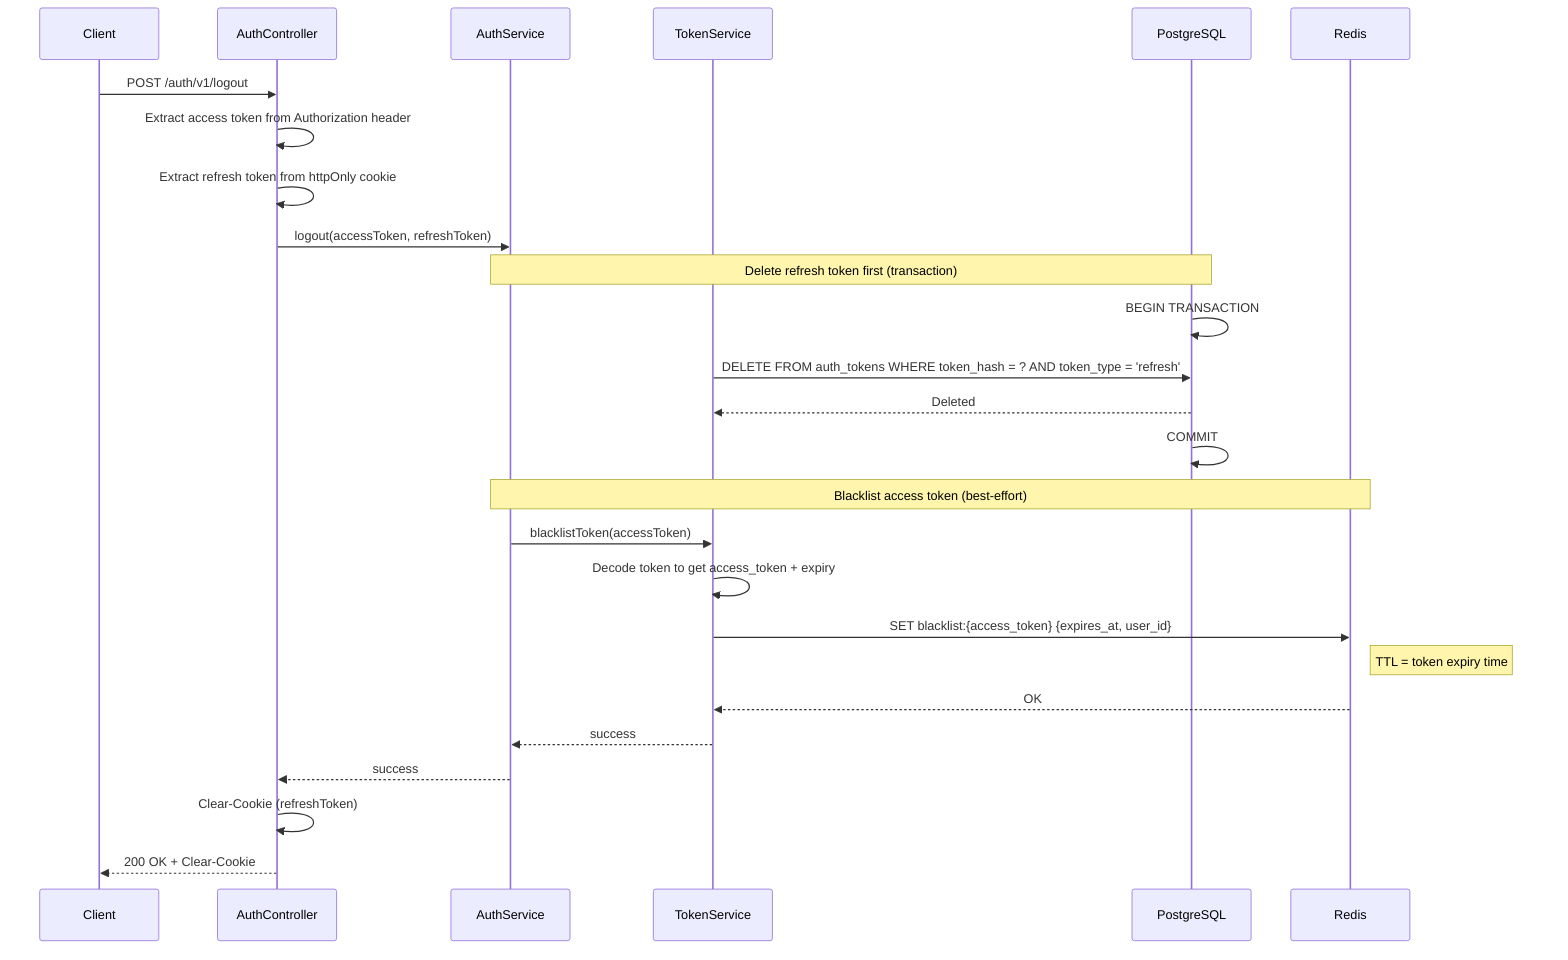
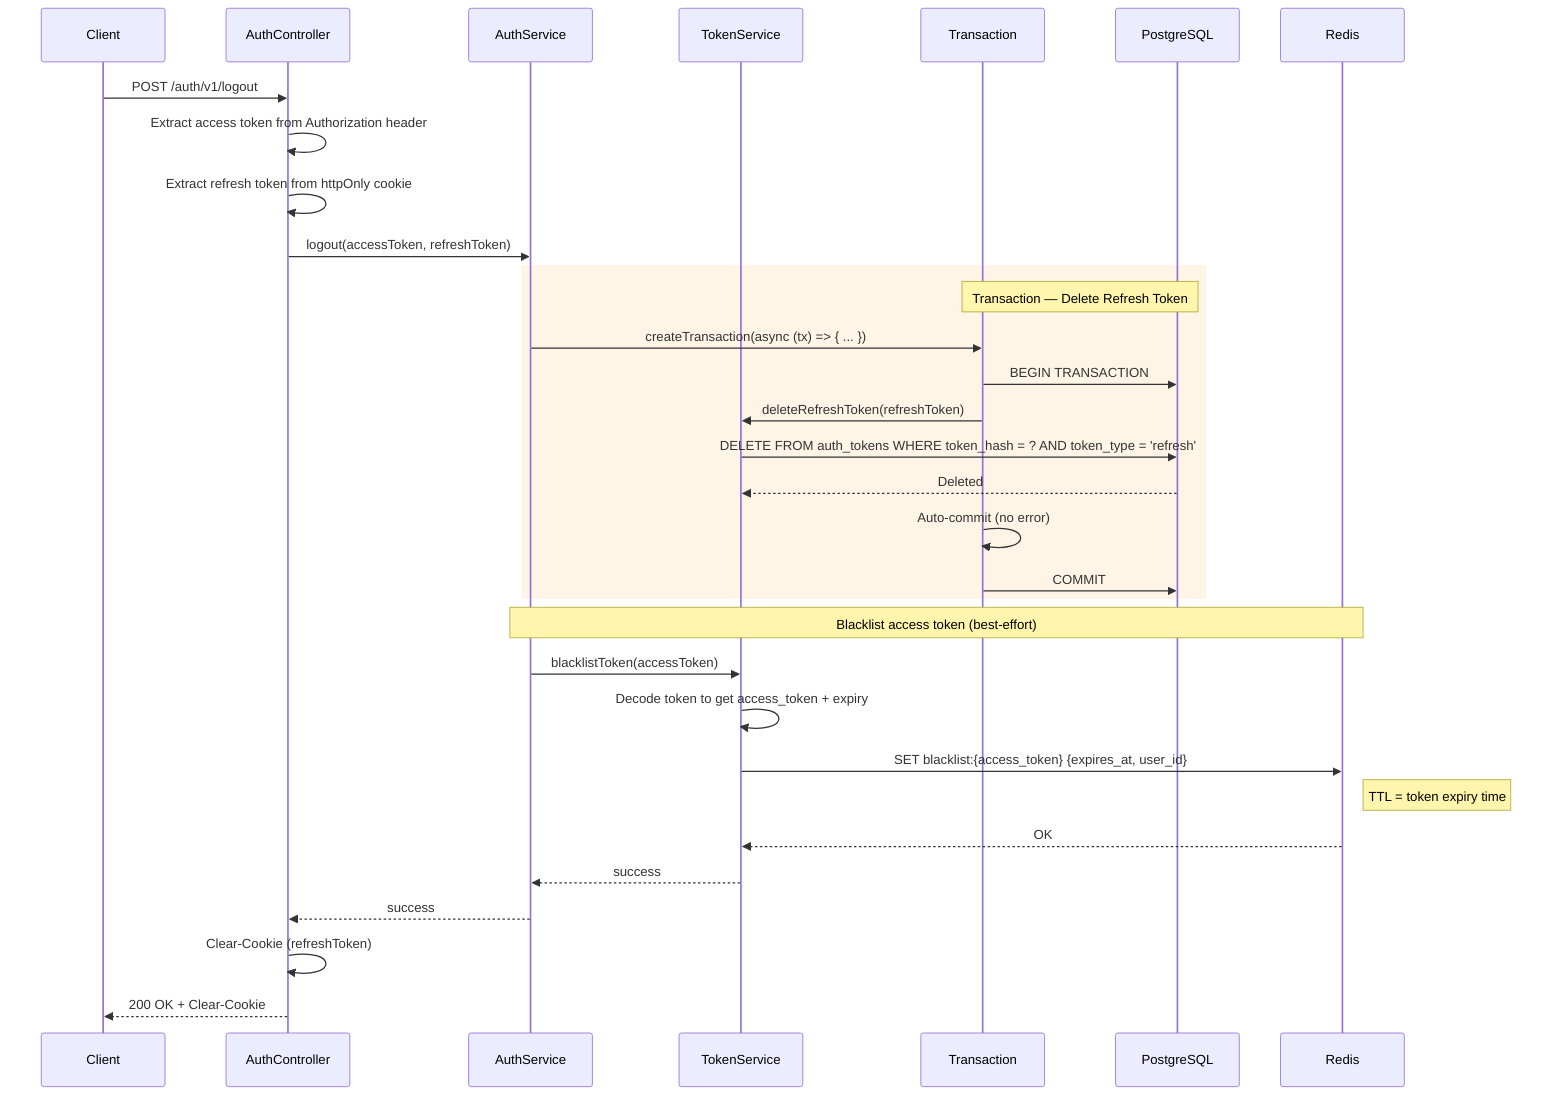
%% User Logout Sequence
%% Maps to: FR-4, FR-25

sequenceDiagram
    participant Client
    participant AuthController
    participant AuthService
    participant TokenService
+     participant Transaction
    participant PostgreSQL
    participant Redis

    Client->>AuthController: POST /auth/v1/logout
    AuthController->>AuthController: Extract access token from Authorization header
    AuthController->>AuthController: Extract refresh token from httpOnly cookie

    AuthController->>AuthService: logout(accessToken, refreshToken)

-     Note over AuthService,PostgreSQL: Delete refresh token first (transaction)
-     PostgreSQL->>PostgreSQL: BEGIN TRANSACTION
-     TokenService->>PostgreSQL: DELETE FROM auth_tokens WHERE token_hash = ? AND token_type = 'refresh'
-     PostgreSQL-->>TokenService: Deleted
-     PostgreSQL->>PostgreSQL: COMMIT
+     rect rgb(255, 245, 230)
+         Note over Transaction,PostgreSQL: Transaction — Delete Refresh Token
+         AuthService->>Transaction: createTransaction(async (tx) => { ... })
+         Transaction->>PostgreSQL: BEGIN TRANSACTION
+         Transaction->>TokenService: deleteRefreshToken(refreshToken)
+         TokenService->>PostgreSQL: DELETE FROM auth_tokens WHERE token_hash = ? AND token_type = 'refresh'
+         PostgreSQL-->>TokenService: Deleted
+         Transaction->>Transaction: Auto-commit (no error)
+         Transaction->>PostgreSQL: COMMIT
+     end

    Note over AuthService,Redis: Blacklist access token (best-effort)
    AuthService->>TokenService: blacklistToken(accessToken)
    TokenService->>TokenService: Decode token to get access_token + expiry
    TokenService->>Redis: SET blacklist:{access_token} {expires_at, user_id}
    Note right of Redis: TTL = token expiry time
    Redis-->>TokenService: OK

    TokenService-->>AuthService: success
    AuthService-->>AuthController: success

    AuthController->>AuthController: Clear-Cookie (refreshToken)
    AuthController-->>Client: 200 OK + Clear-Cookie
